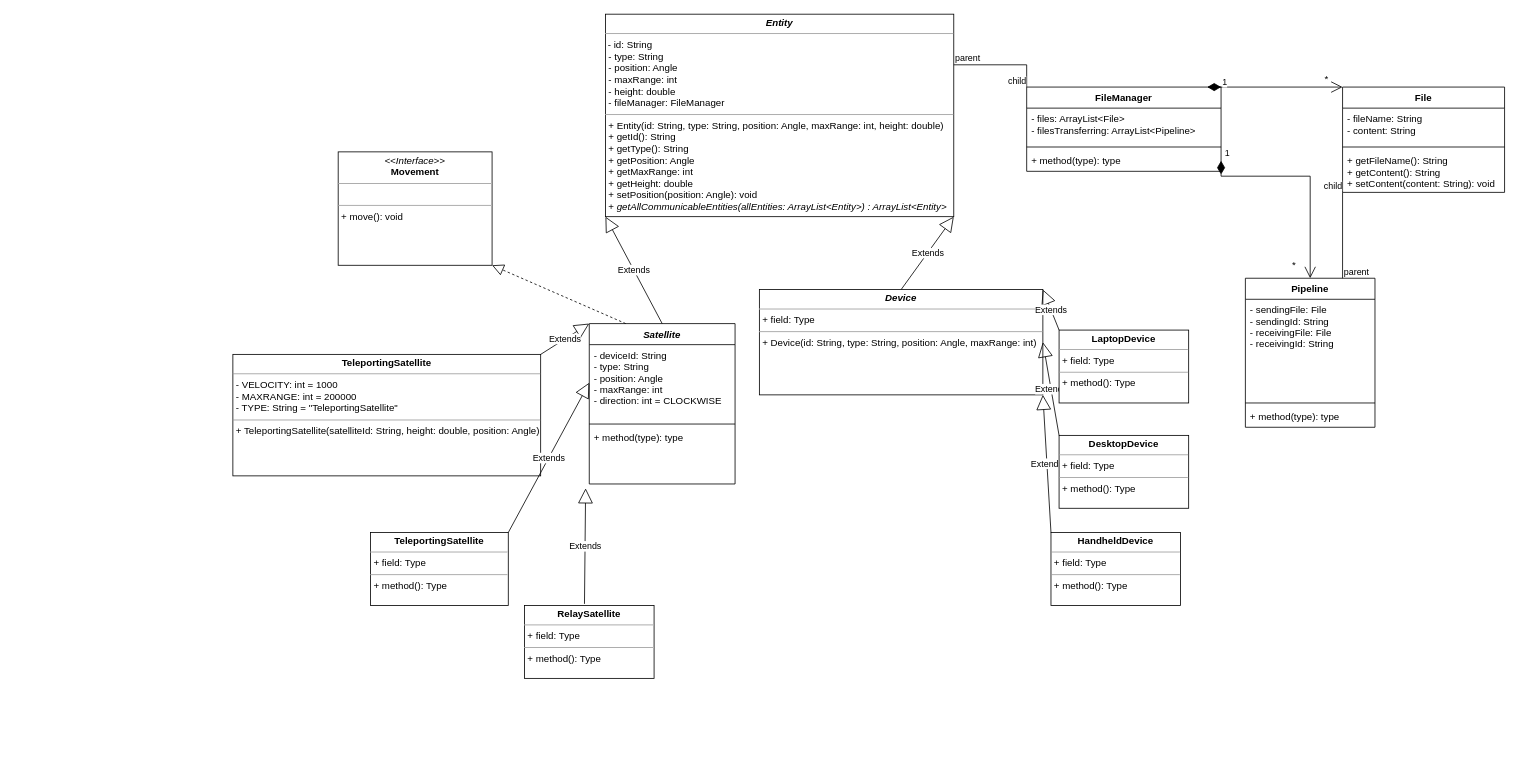
StevenM2002/COMP2511Ass1UML keeps this draw.io diagram as Untitled Diagram.drawio. Above is the earlier version. Source tidied: cells renumbered, new cells numbered last; positions are measured from the earlier drawing's top-left corner, leaving out a move shared by most shapes. Both pictures are drawn from the tidied source at 81%, with x=0, y=0 at pixel (232, 14).
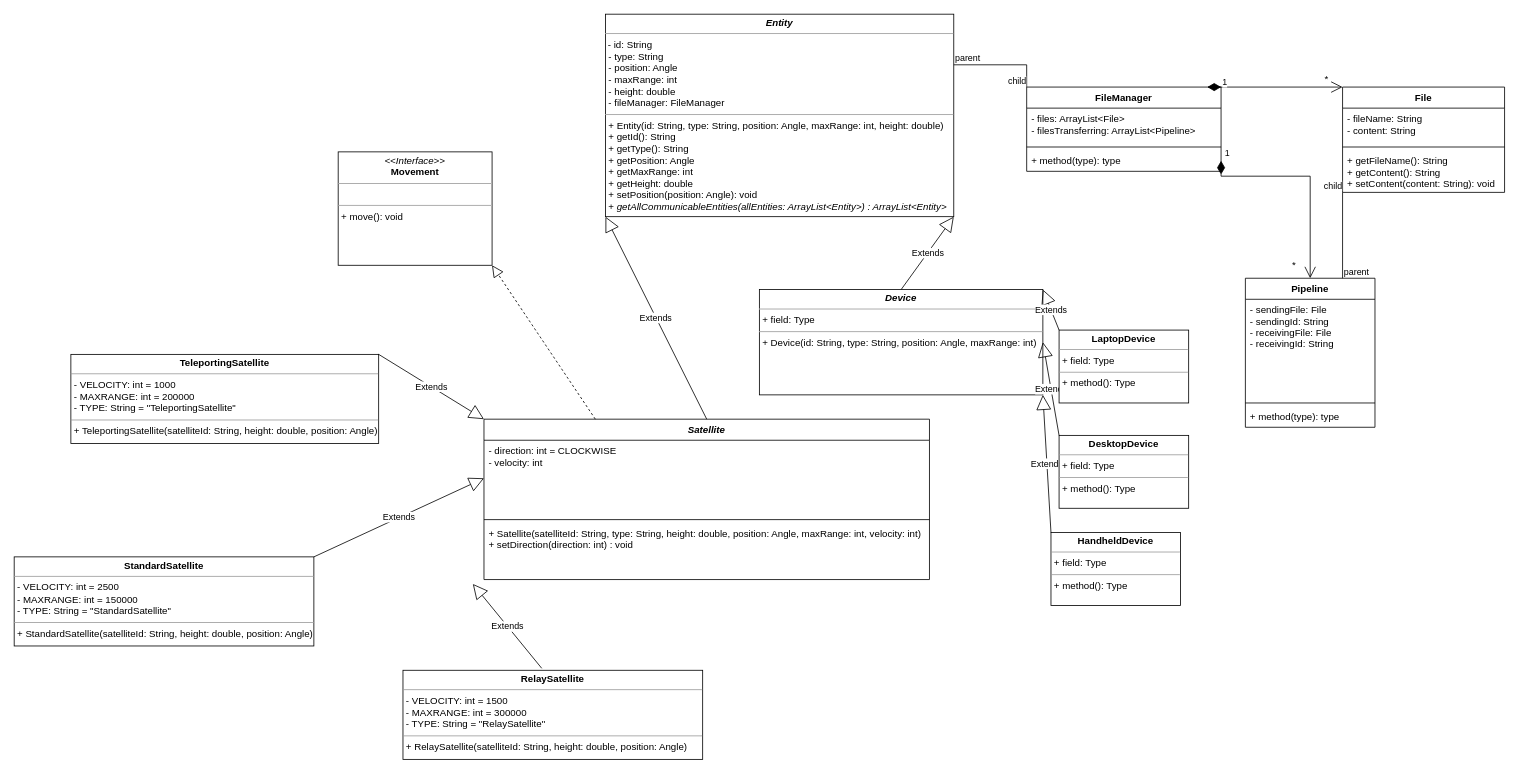
The same diagram, later.

Diff of the diagram source:
```diff
@@
     <mxCell id="2" value="Satellite" style="swimlane;fontStyle=3;align=center;verticalAlign=top;horizontal=1;startSize=26;" parent="1" vertex="1">
-      <mxGeometry x="440" y="382" width="180" height="198" as="geometry" />
+      <mxGeometry x="310" y="500" width="550" height="198" as="geometry" />
     </mxCell>
-    <mxCell id="3" value="- deviceId: String&#10;- type: String&#10;- position: Angle&#10;- maxRange: int&#10;- direction: int = CLOCKWISE" style="text;strokeColor=none;fillColor=none;align=left;verticalAlign=top;spacingLeft=4;spacingRight=4;overflow=hidden;points=[[0,0.5],[1,0.5]];portConstraint=eastwest;" parent="2" vertex="1">
-      <mxGeometry y="26" width="180" height="94" as="geometry" />
+    <mxCell id="3" value="- direction: int = CLOCKWISE&#10;- velocity: int&#10;" style="text;strokeColor=none;fillColor=none;align=left;verticalAlign=top;spacingLeft=4;spacingRight=4;overflow=hidden;points=[[0,0.5],[1,0.5]];portConstraint=eastwest;" parent="2" vertex="1">
+      <mxGeometry y="26" width="550" height="94" as="geometry" />
     </mxCell>
     <mxCell id="4" style="line;strokeWidth=1;fillColor=none;align=left;verticalAlign=middle;spacingTop=-1;spacingLeft=3;spacingRight=3;labelPosition=right;" parent="2" vertex="1">
-      <mxGeometry y="120" width="180" height="8" as="geometry" />
+      <mxGeometry y="120" width="550" height="8" as="geometry" />
     </mxCell>
-    <mxCell id="5" value="+ method(type): type" style="text;strokeColor=none;fillColor=none;align=left;verticalAlign=top;spacingLeft=4;spacingRight=4;overflow=hidden;points=[[0,0.5],[1,0.5]];portConstraint=eastwest;" parent="2" vertex="1">
-      <mxGeometry y="128" width="180" height="70" as="geometry" />
+    <mxCell id="5" value="+ Satellite(satelliteId: String, type: String, height: double, position: Angle, maxRange: int, velocity: int)&#10;+ setDirection(direction: int) : void" style="text;strokeColor=none;fillColor=none;align=left;verticalAlign=top;spacingLeft=4;spacingRight=4;overflow=hidden;points=[[0,0.5],[1,0.5]];portConstraint=eastwest;" parent="2" vertex="1">
+      <mxGeometry y="128" width="550" height="70" as="geometry" />
     </mxCell>
@@
     <mxCell id="7" value="&lt;p style=&quot;margin:0px;margin-top:4px;text-align:center;&quot;&gt;&lt;b&gt;TeleportingSatellite&lt;/b&gt;&lt;/p&gt;&lt;hr size=&quot;1&quot;&gt;&lt;p style=&quot;margin:0px;margin-left:4px;&quot;&gt;- VELOCITY: int = 1000&lt;/p&gt;&lt;p style=&quot;margin:0px;margin-left:4px;&quot;&gt;- MAXRANGE: int = 200000&lt;/p&gt;&lt;p style=&quot;margin:0px;margin-left:4px;&quot;&gt;- TYPE: String = &quot;TeleportingSatellite&quot;&lt;/p&gt;&lt;hr size=&quot;1&quot;&gt;&lt;p style=&quot;margin:0px;margin-left:4px;&quot;&gt;+ TeleportingSatellite(satelliteId: String, height: double, position: Angle)&lt;/p&gt;&lt;p style=&quot;margin:0px;margin-left:4px;&quot;&gt;&lt;br&gt;&lt;/p&gt;" style="verticalAlign=top;align=left;overflow=fill;fontSize=12;fontFamily=Helvetica;html=1;" parent="1" vertex="1">
-      <mxGeometry y="420" width="380" height="150" as="geometry" />
+      <mxGeometry x="-200" y="420" width="380" height="110" as="geometry" />
     </mxCell>
-    <mxCell id="8" value="&lt;p style=&quot;margin:0px;margin-top:4px;text-align:center;&quot;&gt;&lt;b&gt;TeleportingSatellite&lt;/b&gt;&lt;/p&gt;&lt;hr size=&quot;1&quot;&gt;&lt;p style=&quot;margin:0px;margin-left:4px;&quot;&gt;+ field: Type&lt;/p&gt;&lt;hr size=&quot;1&quot;&gt;&lt;p style=&quot;margin:0px;margin-left:4px;&quot;&gt;+ method(): Type&lt;/p&gt;" style="verticalAlign=top;align=left;overflow=fill;fontSize=12;fontFamily=Helvetica;html=1;" parent="1" vertex="1">
-      <mxGeometry x="170" y="640" width="170" height="90" as="geometry" />
+    <mxCell id="8" value="&lt;p style=&quot;margin:0px;margin-top:4px;text-align:center;&quot;&gt;&lt;b&gt;StandardSatellite&lt;/b&gt;&lt;/p&gt;&lt;hr size=&quot;1&quot;&gt;&lt;p style=&quot;margin:0px;margin-left:4px;&quot;&gt;- VELOCITY: int = 2500&lt;/p&gt;&lt;p style=&quot;margin:0px;margin-left:4px;&quot;&gt;- MAXRANGE: int = 150000&lt;/p&gt;&lt;p style=&quot;margin:0px;margin-left:4px;&quot;&gt;- TYPE: String = &quot;StandardSatellite&quot;&lt;/p&gt;&lt;hr size=&quot;1&quot;&gt;&lt;p style=&quot;margin:0px;margin-left:4px;&quot;&gt;+ StandardSatellite(satelliteId: String, height: double, position: Angle)&lt;/p&gt;&lt;p style=&quot;margin:0px;margin-left:4px;&quot;&gt;&lt;br&gt;&lt;/p&gt;" style="verticalAlign=top;align=left;overflow=fill;fontSize=12;fontFamily=Helvetica;html=1;" parent="1" vertex="1">
+      <mxGeometry x="-270" y="670" width="370" height="110" as="geometry" />
     </mxCell>
-    <mxCell id="9" value="&lt;p style=&quot;margin:0px;margin-top:4px;text-align:center;&quot;&gt;&lt;b&gt;RelaySatellite&lt;/b&gt;&lt;/p&gt;&lt;hr size=&quot;1&quot;&gt;&lt;p style=&quot;margin:0px;margin-left:4px;&quot;&gt;+ field: Type&lt;/p&gt;&lt;hr size=&quot;1&quot;&gt;&lt;p style=&quot;margin:0px;margin-left:4px;&quot;&gt;+ method(): Type&lt;/p&gt;" style="verticalAlign=top;align=left;overflow=fill;fontSize=12;fontFamily=Helvetica;html=1;" parent="1" vertex="1">
-      <mxGeometry x="360" y="730" width="160" height="90" as="geometry" />
+    <mxCell id="9" value="&lt;p style=&quot;margin:0px;margin-top:4px;text-align:center;&quot;&gt;&lt;b&gt;RelaySatellite&lt;/b&gt;&lt;/p&gt;&lt;hr size=&quot;1&quot;&gt;&lt;p style=&quot;margin:0px;margin-left:4px;&quot;&gt;- VELOCITY: int = 1500&lt;/p&gt;&lt;p style=&quot;margin:0px;margin-left:4px;&quot;&gt;- MAXRANGE: int = 300000&lt;/p&gt;&lt;p style=&quot;margin:0px;margin-left:4px;&quot;&gt;- TYPE: String = &quot;RelaySatellite&quot;&lt;/p&gt;&lt;hr size=&quot;1&quot;&gt;&lt;p style=&quot;margin:0px;margin-left:4px;&quot;&gt;+ RelaySatellite(satelliteId: String, height: double, position: Angle)&lt;/p&gt;&lt;p style=&quot;margin:0px;margin-left:4px;&quot;&gt;&lt;br&gt;&lt;/p&gt;" style="verticalAlign=top;align=left;overflow=fill;fontSize=12;fontFamily=Helvetica;html=1;" parent="1" vertex="1">
+      <mxGeometry x="210" y="810" width="370" height="110" as="geometry" />
     </mxCell>
```
